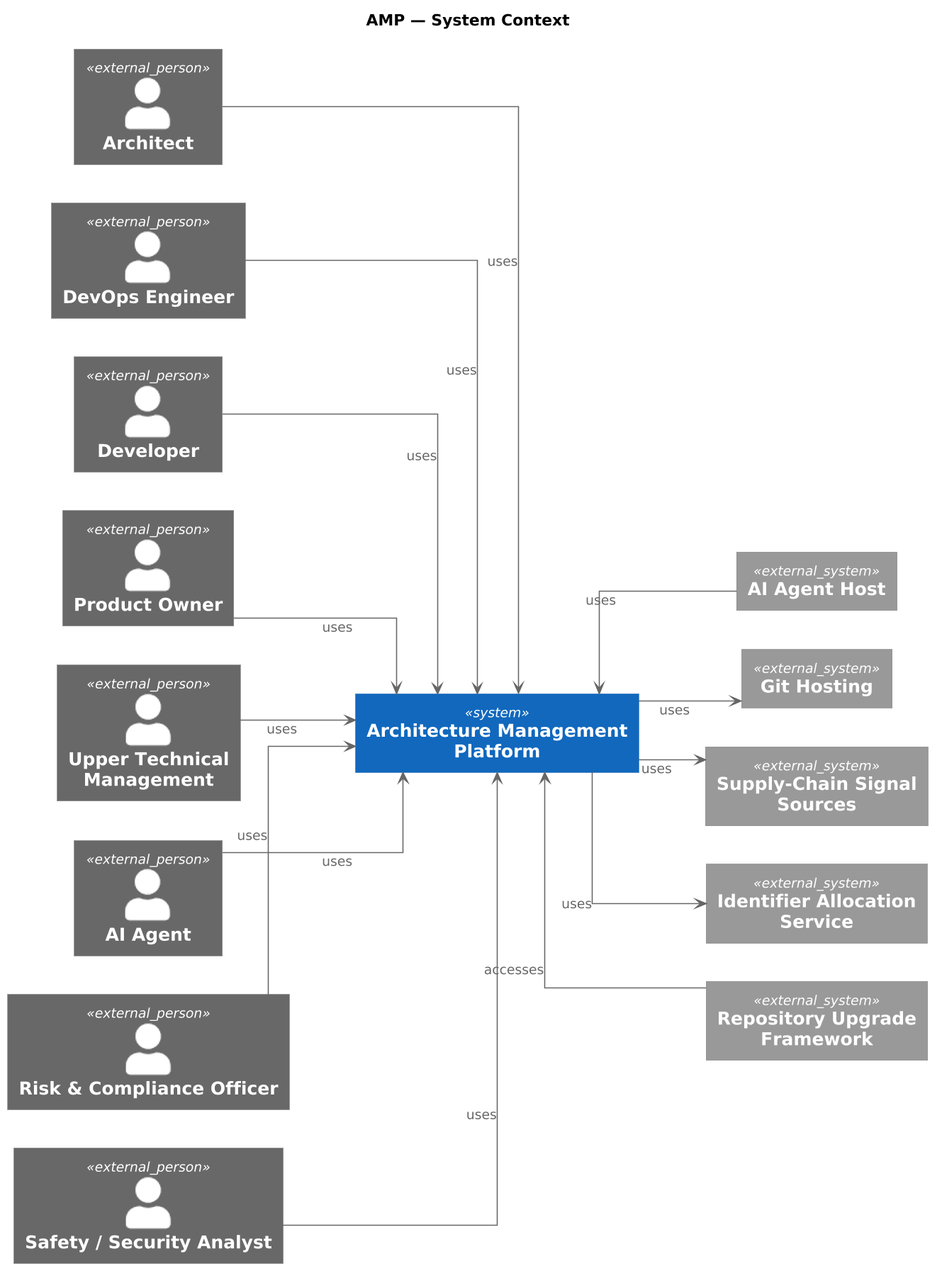
Earlier version of the PlantUML export engagements/ENG-ARCH-REPO/architecture-repository/diagram-catalog/rendered/platform-core/CSC@1780829783.z8RRON.amp-system-context.png (mbauer83/architectonic). The source it was exported from:
```plantuml
@startuml
skinparamlocked dpi 150
!include <C4/C4_Component>
left to right direction
skinparam shadowing false
skinparam linetype ortho
skinparam defaultTextAlignment center
skinparam wrapWidth 240
skinparam maxMessageSize 240

title AMP — System Context

System(APP_hkrdtm, "Architecture Management Platform")

Person_Ext(ACT_Nn7Oo7, "Architect")
Person_Ext(ACT_OLWiNc, "DevOps Engineer")
Person_Ext(ACT_Pp8Qq8, "Developer")
Person_Ext(ACT_Rr9Ss9, "Product Owner")
Person_Ext(ACT_Ut1Vv1, "Upper Technical Management")
System_Ext(APP_v6AXNw, "AI Agent Host")
System_Ext(APP_Je9pmw, "Git Hosting")
System_Ext(APP_JqIBPJ, "Supply-Chain Signal Sources")
System_Ext(APP_AeU7V3, "Identifier Allocation Service")
System_Ext(APP_OZbaBh, "Repository Upgrade Framework")
Person_Ext(ROL_udXPfB, "AI Agent")
Person_Ext(ROL_abNYhO, "Risk & Compliance Officer")
Person_Ext(ROL_yswDMB, "Safety / Security Analyst")

ACT_Nn7Oo7 -[hidden]right- ACT_OLWiNc
ACT_OLWiNc -[hidden]right- ACT_Pp8Qq8
ACT_Pp8Qq8 -[hidden]right- ACT_Rr9Ss9
ACT_Rr9Ss9 -[hidden]right- ACT_Ut1Vv1
ACT_Ut1Vv1 -[hidden]right- ROL_udXPfB
ROL_udXPfB -[hidden]right- ROL_abNYhO
ROL_abNYhO -[hidden]right- ROL_yswDMB
ROL_yswDMB -[hidden]right- APP_hkrdtm
APP_hkrdtm -[hidden]right- APP_v6AXNw
APP_v6AXNw -[hidden]right- APP_Je9pmw
APP_Je9pmw -[hidden]right- APP_JqIBPJ
APP_JqIBPJ -[hidden]right- APP_AeU7V3
APP_AeU7V3 -[hidden]right- APP_OZbaBh


ACT_Nn7Oo7 --> APP_hkrdtm : uses
ACT_OLWiNc --> APP_hkrdtm : uses
ACT_Pp8Qq8 --> APP_hkrdtm : uses
ACT_Rr9Ss9 --> APP_hkrdtm : uses
ACT_Ut1Vv1 --> APP_hkrdtm : uses
APP_v6AXNw --> APP_hkrdtm : uses
APP_hkrdtm --> APP_Je9pmw : uses
APP_hkrdtm --> APP_JqIBPJ : uses
APP_hkrdtm --> APP_AeU7V3 : uses
APP_OZbaBh --> APP_hkrdtm : accesses
ROL_udXPfB --> APP_hkrdtm : uses
ROL_abNYhO --> APP_hkrdtm : uses
ROL_yswDMB --> APP_hkrdtm : uses
@enduml
```
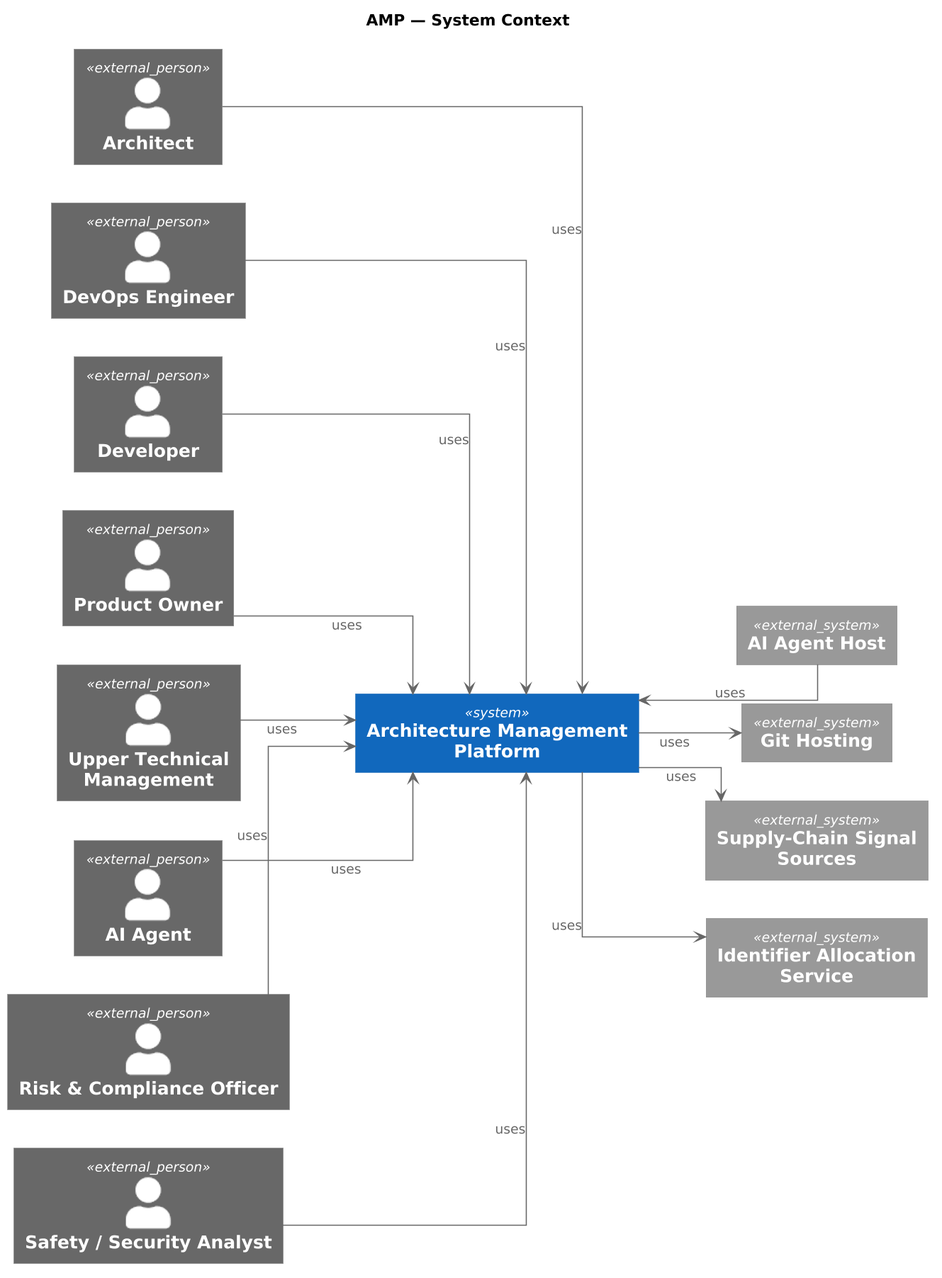
After the change.

The edit, as a diff of the source:
```diff
@@ -21,7 +21,6 @@
 System_Ext(APP_Je9pmw, "Git Hosting")
 System_Ext(APP_JqIBPJ, "Supply-Chain Signal Sources")
 System_Ext(APP_AeU7V3, "Identifier Allocation Service")
-System_Ext(APP_OZbaBh, "Repository Upgrade Framework")
 Person_Ext(ROL_udXPfB, "AI Agent")
 Person_Ext(ROL_abNYhO, "Risk & Compliance Officer")
 Person_Ext(ROL_yswDMB, "Safety / Security Analyst")
@@ -38,7 +37,6 @@
 APP_v6AXNw -[hidden]right- APP_Je9pmw
 APP_Je9pmw -[hidden]right- APP_JqIBPJ
 APP_JqIBPJ -[hidden]right- APP_AeU7V3
-APP_AeU7V3 -[hidden]right- APP_OZbaBh
 
 
 ACT_Nn7Oo7 --> APP_hkrdtm : uses
@@ -46,12 +44,11 @@
 ACT_Pp8Qq8 --> APP_hkrdtm : uses
 ACT_Rr9Ss9 --> APP_hkrdtm : uses
 ACT_Ut1Vv1 --> APP_hkrdtm : uses
+ROL_udXPfB --> APP_hkrdtm : uses
 APP_v6AXNw --> APP_hkrdtm : uses
 APP_hkrdtm --> APP_Je9pmw : uses
 APP_hkrdtm --> APP_JqIBPJ : uses
 APP_hkrdtm --> APP_AeU7V3 : uses
-APP_OZbaBh --> APP_hkrdtm : accesses
-ROL_udXPfB --> APP_hkrdtm : uses
 ROL_abNYhO --> APP_hkrdtm : uses
 ROL_yswDMB --> APP_hkrdtm : uses
 @enduml
```
